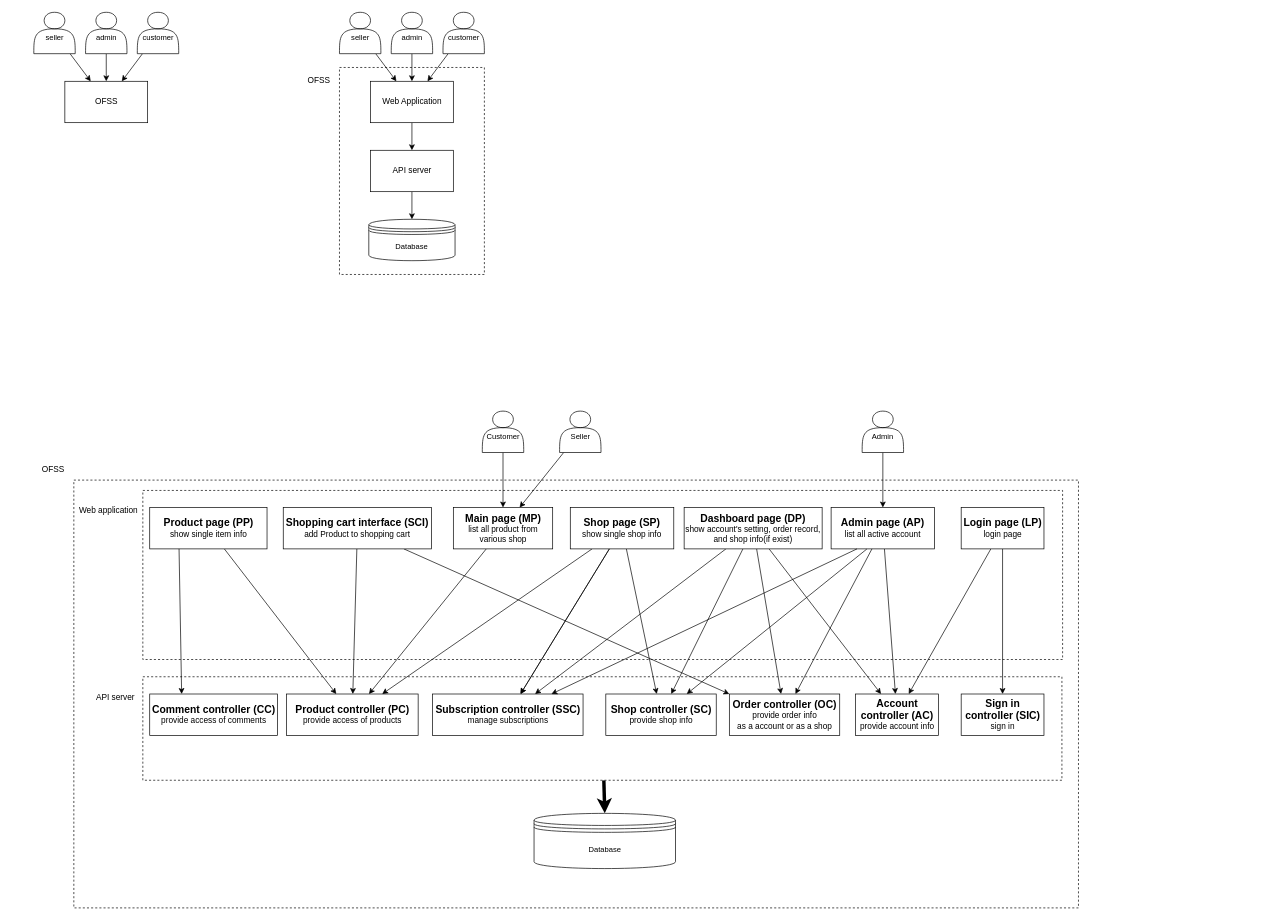
NTUT-Furniture/Document keeps this draw.io diagram as xml/c4_model.drawio. Above is the earlier version. Source tidied: cells renumbered, new cells numbered last; positions are measured from the earlier drawing's top-left corner, leaving out a move shared by most shapes. Both pictures are drawn from the tidied source at 69%, with x=0, y=0 at pixel (12, 12).
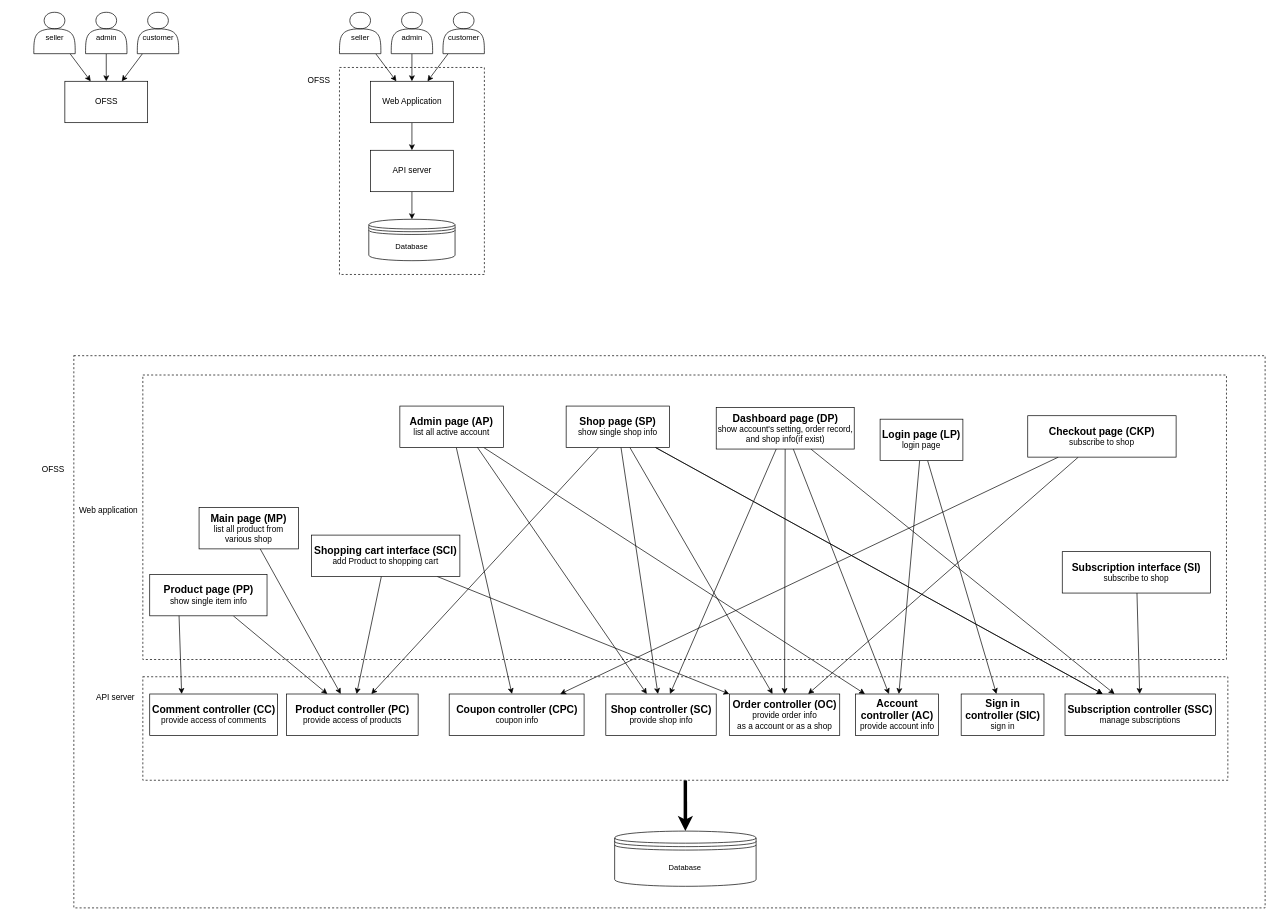
The same page after the edit.

The change refers to these unchanged cells:
```xml
<mxCell id="50" value="&lt;font style=&quot;&quot;&gt;&lt;b style=&quot;&quot;&gt;&lt;font style=&quot;font-size: 15px;&quot;&gt;Order controller (OC)&lt;/font&gt;&lt;/b&gt;&lt;br&gt;provide order info&lt;br&gt;as a account or as a shop&lt;br&gt;&lt;/font&gt;" style="rounded=0;whiteSpace=wrap;html=1;" parent="1" vertex="1">
  <mxGeometry x="1039.5" y="988.3" width="160" height="60" as="geometry" />
</mxCell>
<mxCell id="54" value="&lt;font style=&quot;&quot;&gt;&lt;b style=&quot;&quot;&gt;&lt;font style=&quot;font-size: 15px;&quot;&gt;Shop controller (SC)&lt;/font&gt;&lt;/b&gt;&lt;br&gt;provide shop info&lt;br&gt;&lt;/font&gt;" style="rounded=0;whiteSpace=wrap;html=1;" parent="1" vertex="1">
  <mxGeometry x="860.5" y="988.3" width="160" height="60" as="geometry" />
</mxCell>
```

What changed in the source:
```diff
@@
     <mxCell id="2" style="rounded=0;whiteSpace=wrap;html=1;fontFamily=Helvetica;fontSize=11;fontColor=default;dashed=1;" parent="1" vertex="1">
-      <mxGeometry x="89.5" y="678.3" width="1456" height="620" as="geometry" />
+      <mxGeometry x="89.5" y="498" width="1726.5" height="800.3" as="geometry" />
     </mxCell>
@@
     <mxCell id="4" style="rounded=0;whiteSpace=wrap;html=1;fontFamily=Helvetica;fontSize=11;fontColor=default;dashed=1;" parent="1" vertex="1">
-      <mxGeometry x="189.5" y="963.3" width="1332" height="150" as="geometry" />
+      <mxGeometry x="189.5" y="963.3" width="1572.5" height="150" as="geometry" />
     </mxCell>
     <mxCell id="5" style="rounded=0;whiteSpace=wrap;html=1;fontFamily=Helvetica;fontSize=11;fontColor=default;dashed=1;" parent="1" vertex="1">
-      <mxGeometry x="189.5" y="693.3" width="1333" height="245" as="geometry" />
+      <mxGeometry x="189.5" y="526" width="1570.5" height="412.3" as="geometry" />
     </mxCell>
@@
-    <mxCell id="25" style="edgeStyle=none;shape=connector;rounded=0;jettySize=auto;html=1;labelBackgroundColor=default;strokeColor=default;align=center;verticalAlign=middle;fontFamily=Helvetica;fontSize=11;fontColor=default;endArrow=classic;" parent="1" edge="1" source="26" target="32">
-      <mxGeometry relative="1" as="geometry" />
-    </mxCell>
-    <mxCell id="26" value="&lt;br&gt;Customer" style="shape=actor;whiteSpace=wrap;html=1;fontFamily=Helvetica;fontSize=11;fontColor=default;" parent="1" vertex="1">
-      <mxGeometry x="681.5" y="578.3" width="60" height="60" as="geometry" />
-    </mxCell>
-    <mxCell id="27" style="edgeStyle=none;shape=connector;rounded=0;jettySize=auto;html=1;labelBackgroundColor=default;strokeColor=default;align=center;verticalAlign=middle;fontFamily=Helvetica;fontSize=11;fontColor=default;endArrow=classic;" parent="1" edge="1" source="28" target="44">
-      <mxGeometry relative="1" as="geometry" />
-    </mxCell>
-    <mxCell id="28" value="&lt;br&gt;Admin" style="shape=actor;whiteSpace=wrap;html=1;fontFamily=Helvetica;fontSize=11;fontColor=default;" parent="1" vertex="1">
-      <mxGeometry x="1232" y="578.3" width="60" height="60" as="geometry" />
-    </mxCell>
-    <mxCell id="29" style="edgeStyle=none;shape=connector;rounded=0;jettySize=auto;html=1;labelBackgroundColor=default;strokeColor=default;align=center;verticalAlign=middle;fontFamily=Helvetica;fontSize=11;fontColor=default;endArrow=classic;" parent="1" edge="1" source="30" target="32">
-      <mxGeometry relative="1" as="geometry" />
-    </mxCell>
-    <mxCell id="30" value="&lt;br&gt;Seller" style="shape=actor;whiteSpace=wrap;html=1;fontFamily=Helvetica;fontSize=11;fontColor=default;" parent="1" vertex="1">
-      <mxGeometry x="793.5" y="578.3" width="60" height="60" as="geometry" />
-    </mxCell>
@@
     <mxCell id="32" value="&lt;b&gt;&lt;font style=&quot;font-size: 15px;&quot;&gt;Main page (MP)&lt;/font&gt;&lt;/b&gt;&lt;br&gt;list all product from various shop" style="rounded=0;whiteSpace=wrap;html=1;" parent="1" vertex="1">
-      <mxGeometry x="639.5" y="718" width="144" height="60" as="geometry" />
+      <mxGeometry x="271" y="718" width="144" height="60" as="geometry" />
     </mxCell>
@@
     <mxCell id="35" value="&lt;font style=&quot;&quot;&gt;&lt;b style=&quot;font-size: 15px;&quot;&gt;Login page (LP)&lt;/b&gt;&lt;br&gt;&lt;font style=&quot;font-size: 12px;&quot;&gt;login page&lt;/font&gt;&lt;br&gt;&lt;/font&gt;" style="rounded=0;whiteSpace=wrap;html=1;" parent="1" vertex="1">
-      <mxGeometry x="1375.5" y="718" width="120" height="60" as="geometry" />
+      <mxGeometry x="1258" y="590" width="120" height="60" as="geometry" />
     </mxCell>
@@
     <mxCell id="40" value="&lt;font style=&quot;font-size: 15px;&quot;&gt;&lt;b&gt;Dashboard page (DP)&lt;br&gt;&lt;/b&gt;&lt;/font&gt;show account's setting, order record, and shop info(if exist)" style="rounded=0;whiteSpace=wrap;html=1;" parent="1" vertex="1">
-      <mxGeometry x="974" y="718" width="200" height="60" as="geometry" />
+      <mxGeometry x="1020.5" y="573.3" width="200" height="60" as="geometry" />
     </mxCell>
@@
     <mxCell id="42" value="&lt;b&gt;&lt;font style=&quot;font-size: 15px;&quot;&gt;Product page (PP)&lt;/font&gt;&lt;/b&gt;&lt;br&gt;show single item info" style="rounded=0;whiteSpace=wrap;html=1;" parent="1" vertex="1">
-      <mxGeometry x="199.5" y="718" width="170" height="60" as="geometry" />
+      <mxGeometry x="199.5" y="815" width="170" height="60" as="geometry" />
     </mxCell>
@@
+    <mxCell id="69" style="edgeStyle=none;shape=connector;rounded=0;jettySize=auto;html=1;labelBackgroundColor=default;strokeColor=default;align=center;verticalAlign=middle;fontFamily=Helvetica;fontSize=11;fontColor=default;endArrow=classic;" parent="1" edge="1" source="44" target="73">
+      <mxGeometry relative="1" as="geometry" />
+    </mxCell>
     <mxCell id="44" value="&lt;font style=&quot;font-size: 15px;&quot;&gt;&lt;b&gt;Admin page (AP)&lt;/b&gt;&lt;/font&gt;&lt;br&gt;list all active account" style="rounded=0;whiteSpace=wrap;html=1;" parent="1" vertex="1">
-      <mxGeometry x="1187" y="718" width="150" height="60" as="geometry" />
+      <mxGeometry x="562" y="571" width="150" height="60" as="geometry" />
     </mxCell>
@@
     <mxCell id="53" value="&lt;font style=&quot;&quot;&gt;&lt;b style=&quot;font-size: 15px;&quot;&gt;Shopping cart interface (SCI)&lt;/b&gt;&lt;br&gt;&lt;font style=&quot;font-size: 12px;&quot;&gt;add Product to shopping cart&lt;/font&gt;&lt;br&gt;&lt;/font&gt;" style="rounded=0;whiteSpace=wrap;html=1;" parent="1" vertex="1">
-      <mxGeometry x="393" y="718" width="215" height="60" as="geometry" />
+      <mxGeometry x="434" y="758" width="215" height="60" as="geometry" />
     </mxCell>
@@
+    <mxCell id="70" style="rounded=0;jettySize=auto;html=1;" parent="1" edge="1" source="58" target="50">
+      <mxGeometry relative="1" as="geometry" />
+    </mxCell>
     <mxCell id="58" value="&lt;b&gt;&lt;font style=&quot;font-size: 15px;&quot;&gt;Shop page (SP)&lt;/font&gt;&lt;/b&gt;&lt;br&gt;show single shop info" style="rounded=0;whiteSpace=wrap;html=1;" parent="1" vertex="1">
-      <mxGeometry x="809" y="718" width="150" height="60" as="geometry" />
+      <mxGeometry x="803" y="571" width="150" height="60" as="geometry" />
     </mxCell>
@@
     <mxCell id="61" value="Database" style="shape=datastore;whiteSpace=wrap;html=1;fontFamily=Helvetica;fontSize=11;fontColor=default;" parent="1" vertex="1">
-      <mxGeometry x="756.5" y="1161.3" width="205" height="80" as="geometry" />
+      <mxGeometry x="873.3" y="1187" width="205" height="80" as="geometry" />
     </mxCell>
@@
     <mxCell id="64" value="&lt;font style=&quot;&quot;&gt;&lt;b style=&quot;font-size: 15px;&quot;&gt;Subscription controller (SSC)&lt;/b&gt;&lt;br&gt;manage subscriptions&lt;br&gt;&lt;/font&gt;" style="rounded=0;whiteSpace=wrap;html=1;" parent="1" vertex="1">
-      <mxGeometry x="609.5" y="988.3" width="218" height="60" as="geometry" />
+      <mxGeometry x="1526" y="988.3" width="218" height="60" as="geometry" />
     </mxCell>
-    <mxCell id="65" style="edgeStyle=none;shape=connector;rounded=0;jettySize=auto;html=1;labelBackgroundColor=default;strokeColor=default;align=center;verticalAlign=middle;fontFamily=Helvetica;fontSize=11;fontColor=default;endArrow=classic;exitX=0.345;exitY=1.004;exitDx=0;exitDy=0;exitPerimeter=0;" parent="1" edge="1" source="44" target="54">
+    <mxCell id="65" style="edgeStyle=none;shape=connector;rounded=0;jettySize=auto;html=1;labelBackgroundColor=default;strokeColor=default;align=center;verticalAlign=middle;fontFamily=Helvetica;fontSize=11;fontColor=default;endArrow=classic;exitX=0.75;exitY=1;exitDx=0;exitDy=0;" parent="1" edge="1" source="44" target="54">
       <mxGeometry relative="1" as="geometry" />
     </mxCell>
-    <mxCell id="66" style="edgeStyle=none;shape=connector;rounded=0;jettySize=auto;html=1;labelBackgroundColor=default;strokeColor=default;align=center;verticalAlign=middle;fontFamily=Helvetica;fontSize=11;fontColor=default;endArrow=classic;exitX=0.25;exitY=1;exitDx=0;exitDy=0;" parent="1" edge="1" source="44" target="64">
-      <mxGeometry relative="1" as="geometry" />
-    </mxCell>
-    <mxCell id="67" style="edgeStyle=none;shape=connector;rounded=0;jettySize=auto;html=1;labelBackgroundColor=default;strokeColor=default;align=center;verticalAlign=middle;fontFamily=Helvetica;fontSize=11;fontColor=default;endArrow=classic;" parent="1" edge="1" source="44" target="50">
-      <mxGeometry relative="1" as="geometry" />
-    </mxCell>
@@
+    <mxCell id="71" style="rounded=0;jettySize=auto;html=1;" parent="1" edge="1" source="72" target="64">
+      <mxGeometry relative="1" as="geometry" />
+    </mxCell>
+    <mxCell id="72" value="&lt;font style=&quot;&quot;&gt;&lt;b style=&quot;font-size: 15px;&quot;&gt;Subscription interface (SI)&lt;/b&gt;&lt;br&gt;subscribe to shop&lt;br&gt;&lt;/font&gt;" style="rounded=0;whiteSpace=wrap;html=1;" parent="1" vertex="1">
+      <mxGeometry x="1522" y="782" width="215" height="60" as="geometry" />
+    </mxCell>
+    <mxCell id="73" value="&lt;font style=&quot;&quot;&gt;&lt;b style=&quot;&quot;&gt;&lt;font style=&quot;font-size: 15px;&quot;&gt;Coupon controller (CPC)&lt;/font&gt;&lt;/b&gt;&lt;br&gt;coupon info&lt;br&gt;&lt;/font&gt;" style="rounded=0;whiteSpace=wrap;html=1;" parent="1" vertex="1">
+      <mxGeometry x="633.5" y="988.3" width="195.5" height="60" as="geometry" />
+    </mxCell>
+    <mxCell id="74" style="edgeStyle=none;shape=connector;rounded=0;jettySize=auto;html=1;labelBackgroundColor=default;strokeColor=default;align=center;verticalAlign=middle;fontFamily=Helvetica;fontSize=11;fontColor=default;endArrow=classic;" parent="1" edge="1" source="76" target="50">
+      <mxGeometry relative="1" as="geometry" />
+    </mxCell>
+    <mxCell id="75" style="edgeStyle=none;shape=connector;rounded=0;jettySize=auto;html=1;labelBackgroundColor=default;strokeColor=default;align=center;verticalAlign=middle;fontFamily=Helvetica;fontSize=11;fontColor=default;endArrow=classic;" parent="1" edge="1" source="76" target="73">
+      <mxGeometry relative="1" as="geometry" />
+    </mxCell>
+    <mxCell id="76" value="&lt;font style=&quot;&quot;&gt;&lt;b style=&quot;font-size: 15px;&quot;&gt;Checkout page (CKP)&lt;/b&gt;&lt;br&gt;subscribe to shop&lt;br&gt;&lt;/font&gt;" style="rounded=0;whiteSpace=wrap;html=1;" parent="1" vertex="1">
+      <mxGeometry x="1472" y="585" width="215" height="60" as="geometry" />
+    </mxCell>
```
